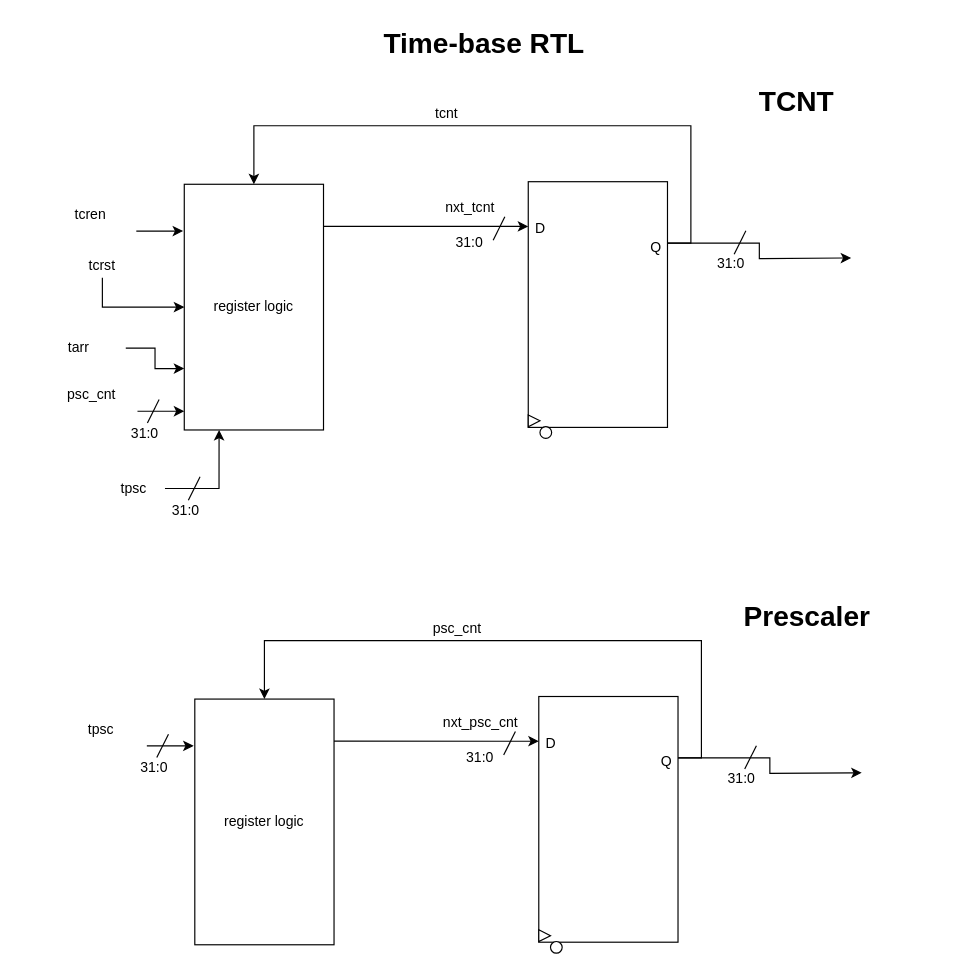
Above: page "Time-Base" (3 of 4) of Timer/Timer.drawio in leung55/SoCET (draw.io), before the change. Source tidied: cells renumbered, new cells numbered last; positions are measured from the earlier drawing's top-left corner, leaving out a move shared by most shapes. Both pictures are drawn from the tidied source at 117%, with x=0, y=0 at pixel (20, 20).
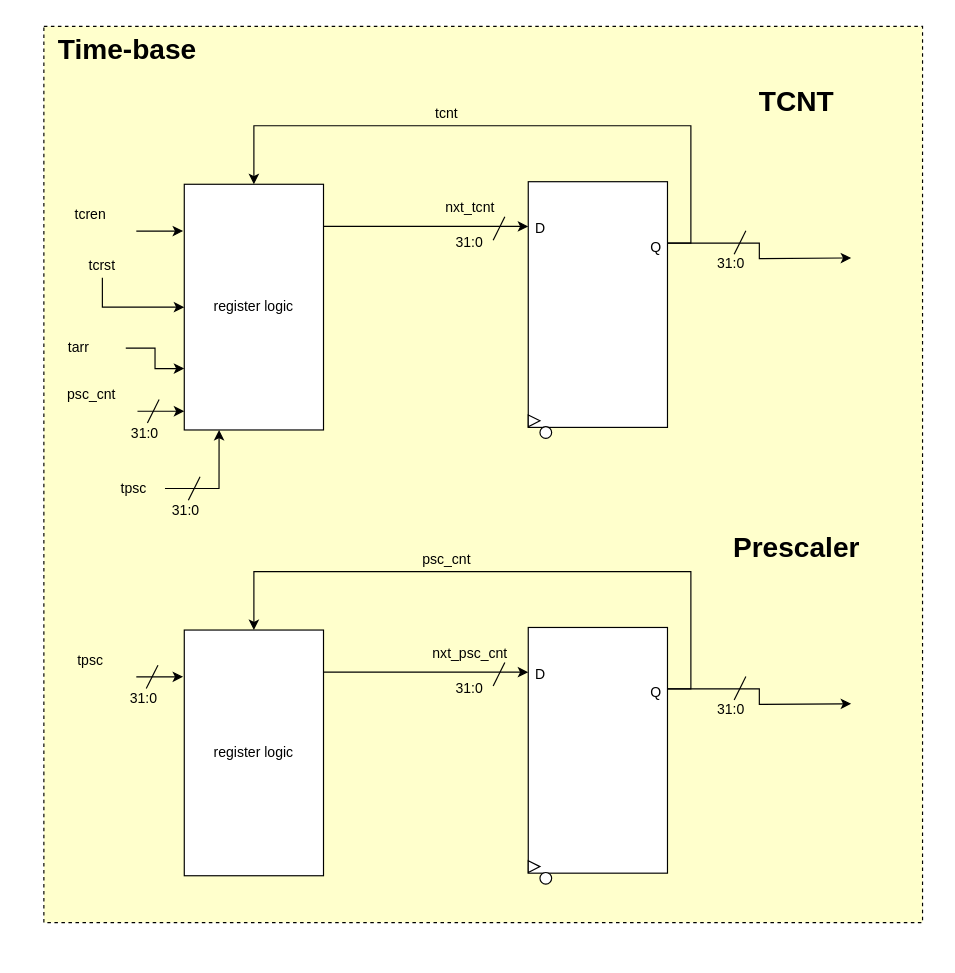
Above is the later version.

What changed in the source:
```diff
@@
+    <mxCell id="53" style="rounded=0;whiteSpace=wrap;html=1;dashed=1;fillColor=#FFFFCC;" parent="1" vertex="1">
+      <mxGeometry x="20" y="5" width="751" height="766" as="geometry" />
+    </mxCell>
-    <mxCell id="2" value="Time-base RTL" style="text;strokeColor=none;fillColor=none;html=1;fontSize=24;fontStyle=1;verticalAlign=middle;align=center;" parent="1" vertex="1">
-      <mxGeometry x="309" width="173" height="40" as="geometry" />
+    <mxCell id="2" value="Time-base" style="text;strokeColor=none;fillColor=none;html=1;fontSize=24;fontStyle=1;verticalAlign=middle;align=center;" parent="1" vertex="1">
+      <mxGeometry x="20" y="5" width="141" height="40" as="geometry" />
     </mxCell>
@@
     <mxCell id="25" style="endArrow=classic;html=1;" parent="1" edge="1">
       <mxGeometry relative="1" as="geometry">
-        <mxPoint x="108" y="620" as="sourcePoint" />
-        <mxPoint x="148" y="620" as="targetPoint" />
+        <mxPoint x="99" y="561" as="sourcePoint" />
+        <mxPoint x="139" y="561" as="targetPoint" />
       </mxGeometry>
     </mxCell>
     <mxCell id="26" value="tpsc" style="text;html=1;strokeColor=none;fillColor=none;align=center;verticalAlign=middle;whiteSpace=wrap;rounded=0;" parent="1" vertex="1">
-      <mxGeometry x="9" y="596" width="120" height="20" as="geometry" />
+      <mxGeometry y="537" width="120" height="20" as="geometry" />
     </mxCell>
     <mxCell id="27" value="register logic" style="rounded=0;whiteSpace=wrap;html=1;" parent="1" vertex="1">
-      <mxGeometry x="149" y="580" width="119" height="210" as="geometry" />
+      <mxGeometry x="140" y="521" width="119" height="210" as="geometry" />
     </mxCell>
     <mxCell id="28" style="endArrow=classic;html=1;exitX=0.75;exitY=1;exitDx=0;exitDy=0;entryX=0;entryY=0.182;entryDx=0;entryDy=0;entryPerimeter=0;" parent="1" edge="1" target="33">
       <mxGeometry relative="1" as="geometry">
-        <mxPoint x="268" y="616" as="sourcePoint" />
+        <mxPoint x="259" y="557" as="sourcePoint" />
       </mxGeometry>
     </mxCell>
     <mxCell id="29" style="endArrow=none;html=1;" parent="1" edge="1">
       <mxGeometry relative="1" as="geometry">
-        <mxPoint x="413" y="627.8" as="sourcePoint" />
-        <mxPoint x="423" y="607.8" as="targetPoint" />
+        <mxPoint x="404" y="568.8" as="sourcePoint" />
+        <mxPoint x="414" y="548.8" as="targetPoint" />
       </mxGeometry>
     </mxCell>
     <mxCell id="30" value="31:0" style="text;html=1;strokeColor=none;fillColor=none;align=center;verticalAlign=middle;whiteSpace=wrap;rounded=0;" parent="1" vertex="1">
-      <mxGeometry x="338" y="620" width="110" height="20" as="geometry" />
+      <mxGeometry x="329" y="561" width="110" height="20" as="geometry" />
     </mxCell>
     <mxCell id="31" style="edgeStyle=orthogonalEdgeStyle;rounded=0;jettySize=auto;html=1;exitX=1;exitY=0.25;exitDx=0;exitDy=0;entryX=0.5;entryY=0;entryDx=0;entryDy=0;" parent="1" edge="1" source="33" target="27">
       <mxGeometry relative="1" as="geometry">
         <Array as="points">
-          <mxPoint x="582" y="630" />
-          <mxPoint x="582" y="530" />
-          <mxPoint x="209" y="530" />
+          <mxPoint x="573" y="571" />
+          <mxPoint x="573" y="471" />
+          <mxPoint x="200" y="471" />
         </Array>
       </mxGeometry>
     </mxCell>
     <mxCell id="32" style="edgeStyle=orthogonalEdgeStyle;rounded=0;jettySize=auto;html=1;exitX=1;exitY=0.25;exitDx=0;exitDy=0;" parent="1" edge="1" source="33">
       <mxGeometry relative="1" as="geometry">
-        <mxPoint x="719" y="643" as="targetPoint" />
+        <mxPoint x="710" y="584" as="targetPoint" />
       </mxGeometry>
     </mxCell>
     <mxCell id="33" style="rounded=0;whiteSpace=wrap;html=1;" parent="1" vertex="1">
-      <mxGeometry x="443" y="577.8" width="119" height="210" as="geometry" />
+      <mxGeometry x="434" y="518.8" width="119" height="210" as="geometry" />
     </mxCell>
     <mxCell id="34" style="triangle;whiteSpace=wrap;html=1;" parent="1" vertex="1">
-      <mxGeometry x="443" y="777.2" width="10" height="10" as="geometry" />
+      <mxGeometry x="434" y="718.2" width="10" height="10" as="geometry" />
     </mxCell>
     <mxCell id="35" style="ellipse;whiteSpace=wrap;html=1;" parent="1" vertex="1">
-      <mxGeometry x="453" y="787.2" width="10" height="10" as="geometry" />
+      <mxGeometry x="444" y="728.2" width="10" height="10" as="geometry" />
     </mxCell>
     <mxCell id="36" style="endArrow=none;html=1;" parent="1" edge="1">
       <mxGeometry relative="1" as="geometry">
-        <mxPoint x="619" y="639.8" as="sourcePoint" />
-        <mxPoint x="629" y="619.8" as="targetPoint" />
+        <mxPoint x="610" y="580.8" as="sourcePoint" />
+        <mxPoint x="620" y="560.8" as="targetPoint" />
       </mxGeometry>
     </mxCell>
     <mxCell id="37" value="nxt_psc_cnt" style="text;html=1;align=center;verticalAlign=middle;strokeColor=none;fillColor=none;" parent="1" vertex="1">
-      <mxGeometry x="348" y="585" width="90" height="30" as="geometry" />
+      <mxGeometry x="339" y="526" width="90" height="30" as="geometry" />
     </mxCell>
     <mxCell id="38" value="&lt;div&gt;31:0&lt;/div&gt;" style="text;html=1;strokeColor=none;fillColor=none;align=center;verticalAlign=middle;whiteSpace=wrap;rounded=0;" parent="1" vertex="1">
-      <mxGeometry x="599" y="635.8" width="35" height="25" as="geometry" />
+      <mxGeometry x="590" y="576.8" width="35" height="25" as="geometry" />
     </mxCell>
     <mxCell id="39" value="D" style="text;html=1;align=center;verticalAlign=middle;strokeColor=none;fillColor=none;" parent="1" vertex="1">
-      <mxGeometry x="443" y="607.8" width="20" height="20" as="geometry" />
+      <mxGeometry x="434" y="548.8" width="20" height="20" as="geometry" />
     </mxCell>
     <mxCell id="40" value="Q" style="text;html=1;align=center;verticalAlign=middle;strokeColor=none;fillColor=none;" parent="1" vertex="1">
-      <mxGeometry x="542" y="623.8" width="20" height="20" as="geometry" />
+      <mxGeometry x="533" y="564.8" width="20" height="20" as="geometry" />
     </mxCell>
     <mxCell id="41" value="psc_cnt" style="text;html=1;align=center;verticalAlign=middle;strokeColor=none;fillColor=none;" parent="1" vertex="1">
-      <mxGeometry x="338" y="505" width="70" height="30" as="geometry" />
+      <mxGeometry x="329" y="446" width="70" height="30" as="geometry" />
     </mxCell>
     <mxCell id="42" value="Prescaler" style="text;strokeColor=none;fillColor=none;html=1;fontSize=24;fontStyle=1;verticalAlign=middle;align=center;" parent="1" vertex="1">
-      <mxGeometry x="562" y="490" width="220" height="40" as="geometry" />
+      <mxGeometry x="553" y="431" width="220" height="40" as="geometry" />
     </mxCell>
     <mxCell id="43" style="endArrow=none;html=1;" parent="1" edge="1">
       <mxGeometry relative="1" as="geometry">
-        <mxPoint x="116.5" y="630" as="sourcePoint" />
-        <mxPoint x="126.5" y="610" as="targetPoint" />
+        <mxPoint x="107.5" y="571" as="sourcePoint" />
+        <mxPoint x="117.5" y="551" as="targetPoint" />
       </mxGeometry>
     </mxCell>
     <mxCell id="44" value="&lt;div&gt;31:0&lt;/div&gt;" style="text;html=1;strokeColor=none;fillColor=none;align=center;verticalAlign=middle;whiteSpace=wrap;rounded=0;" parent="1" vertex="1">
-      <mxGeometry x="96.5" y="626" width="35" height="25" as="geometry" />
+      <mxGeometry x="87.5" y="567" width="35" height="25" as="geometry" />
     </mxCell>
```
